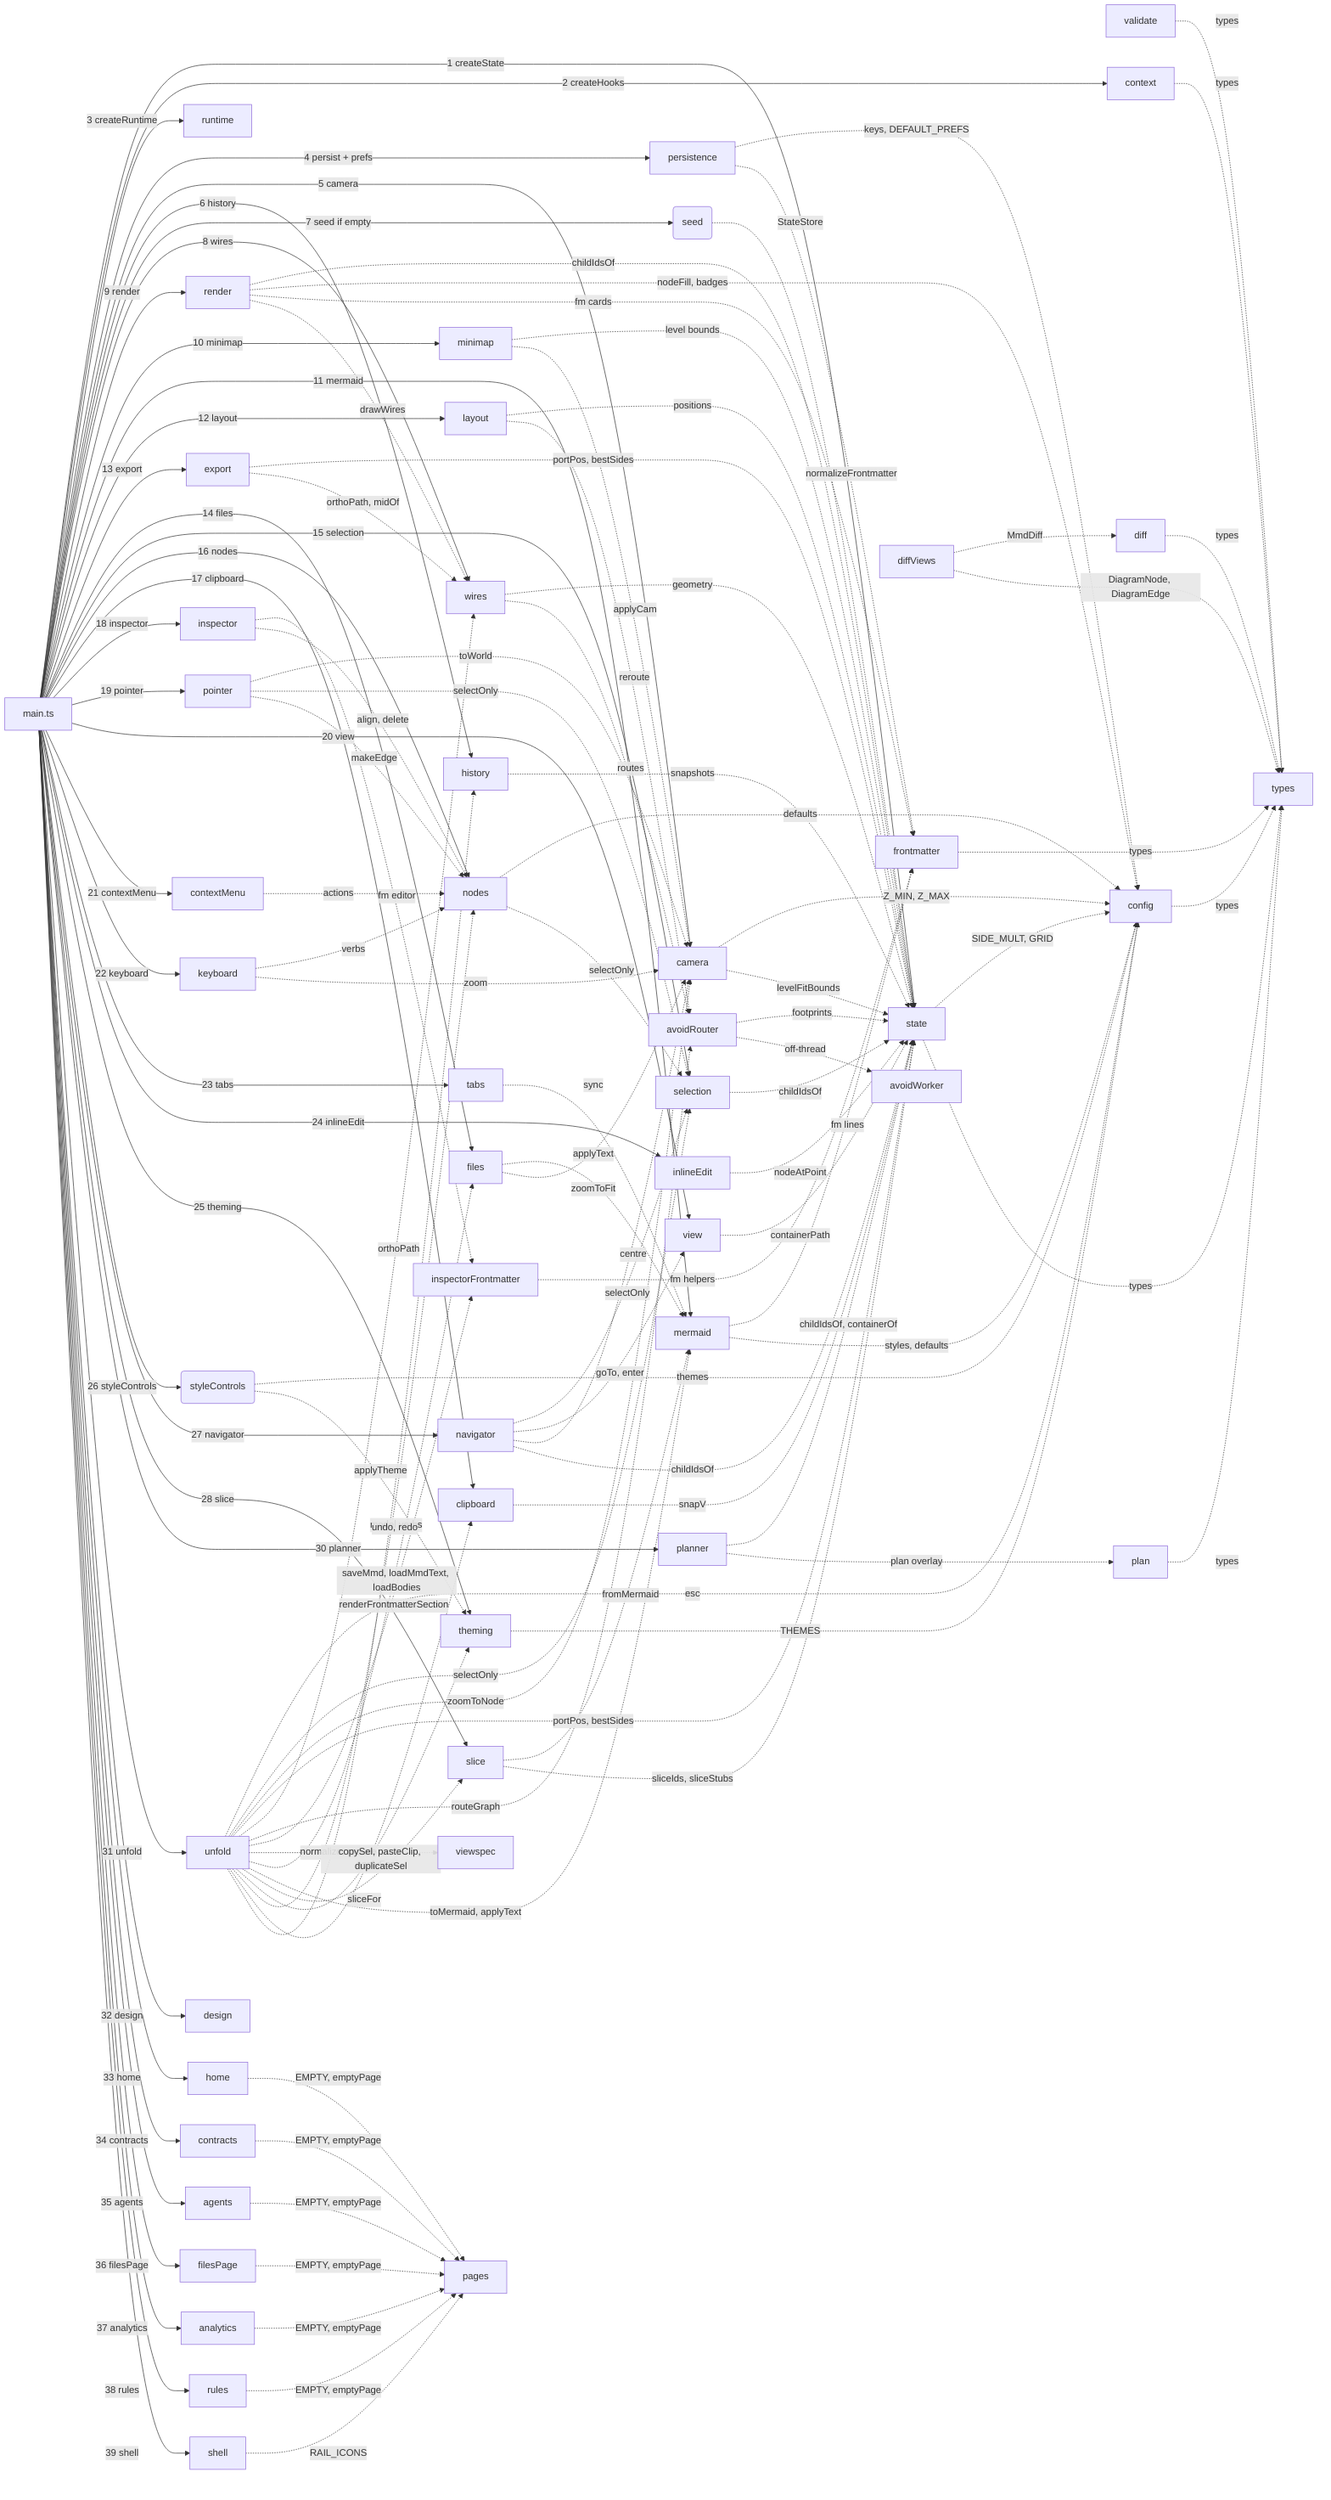
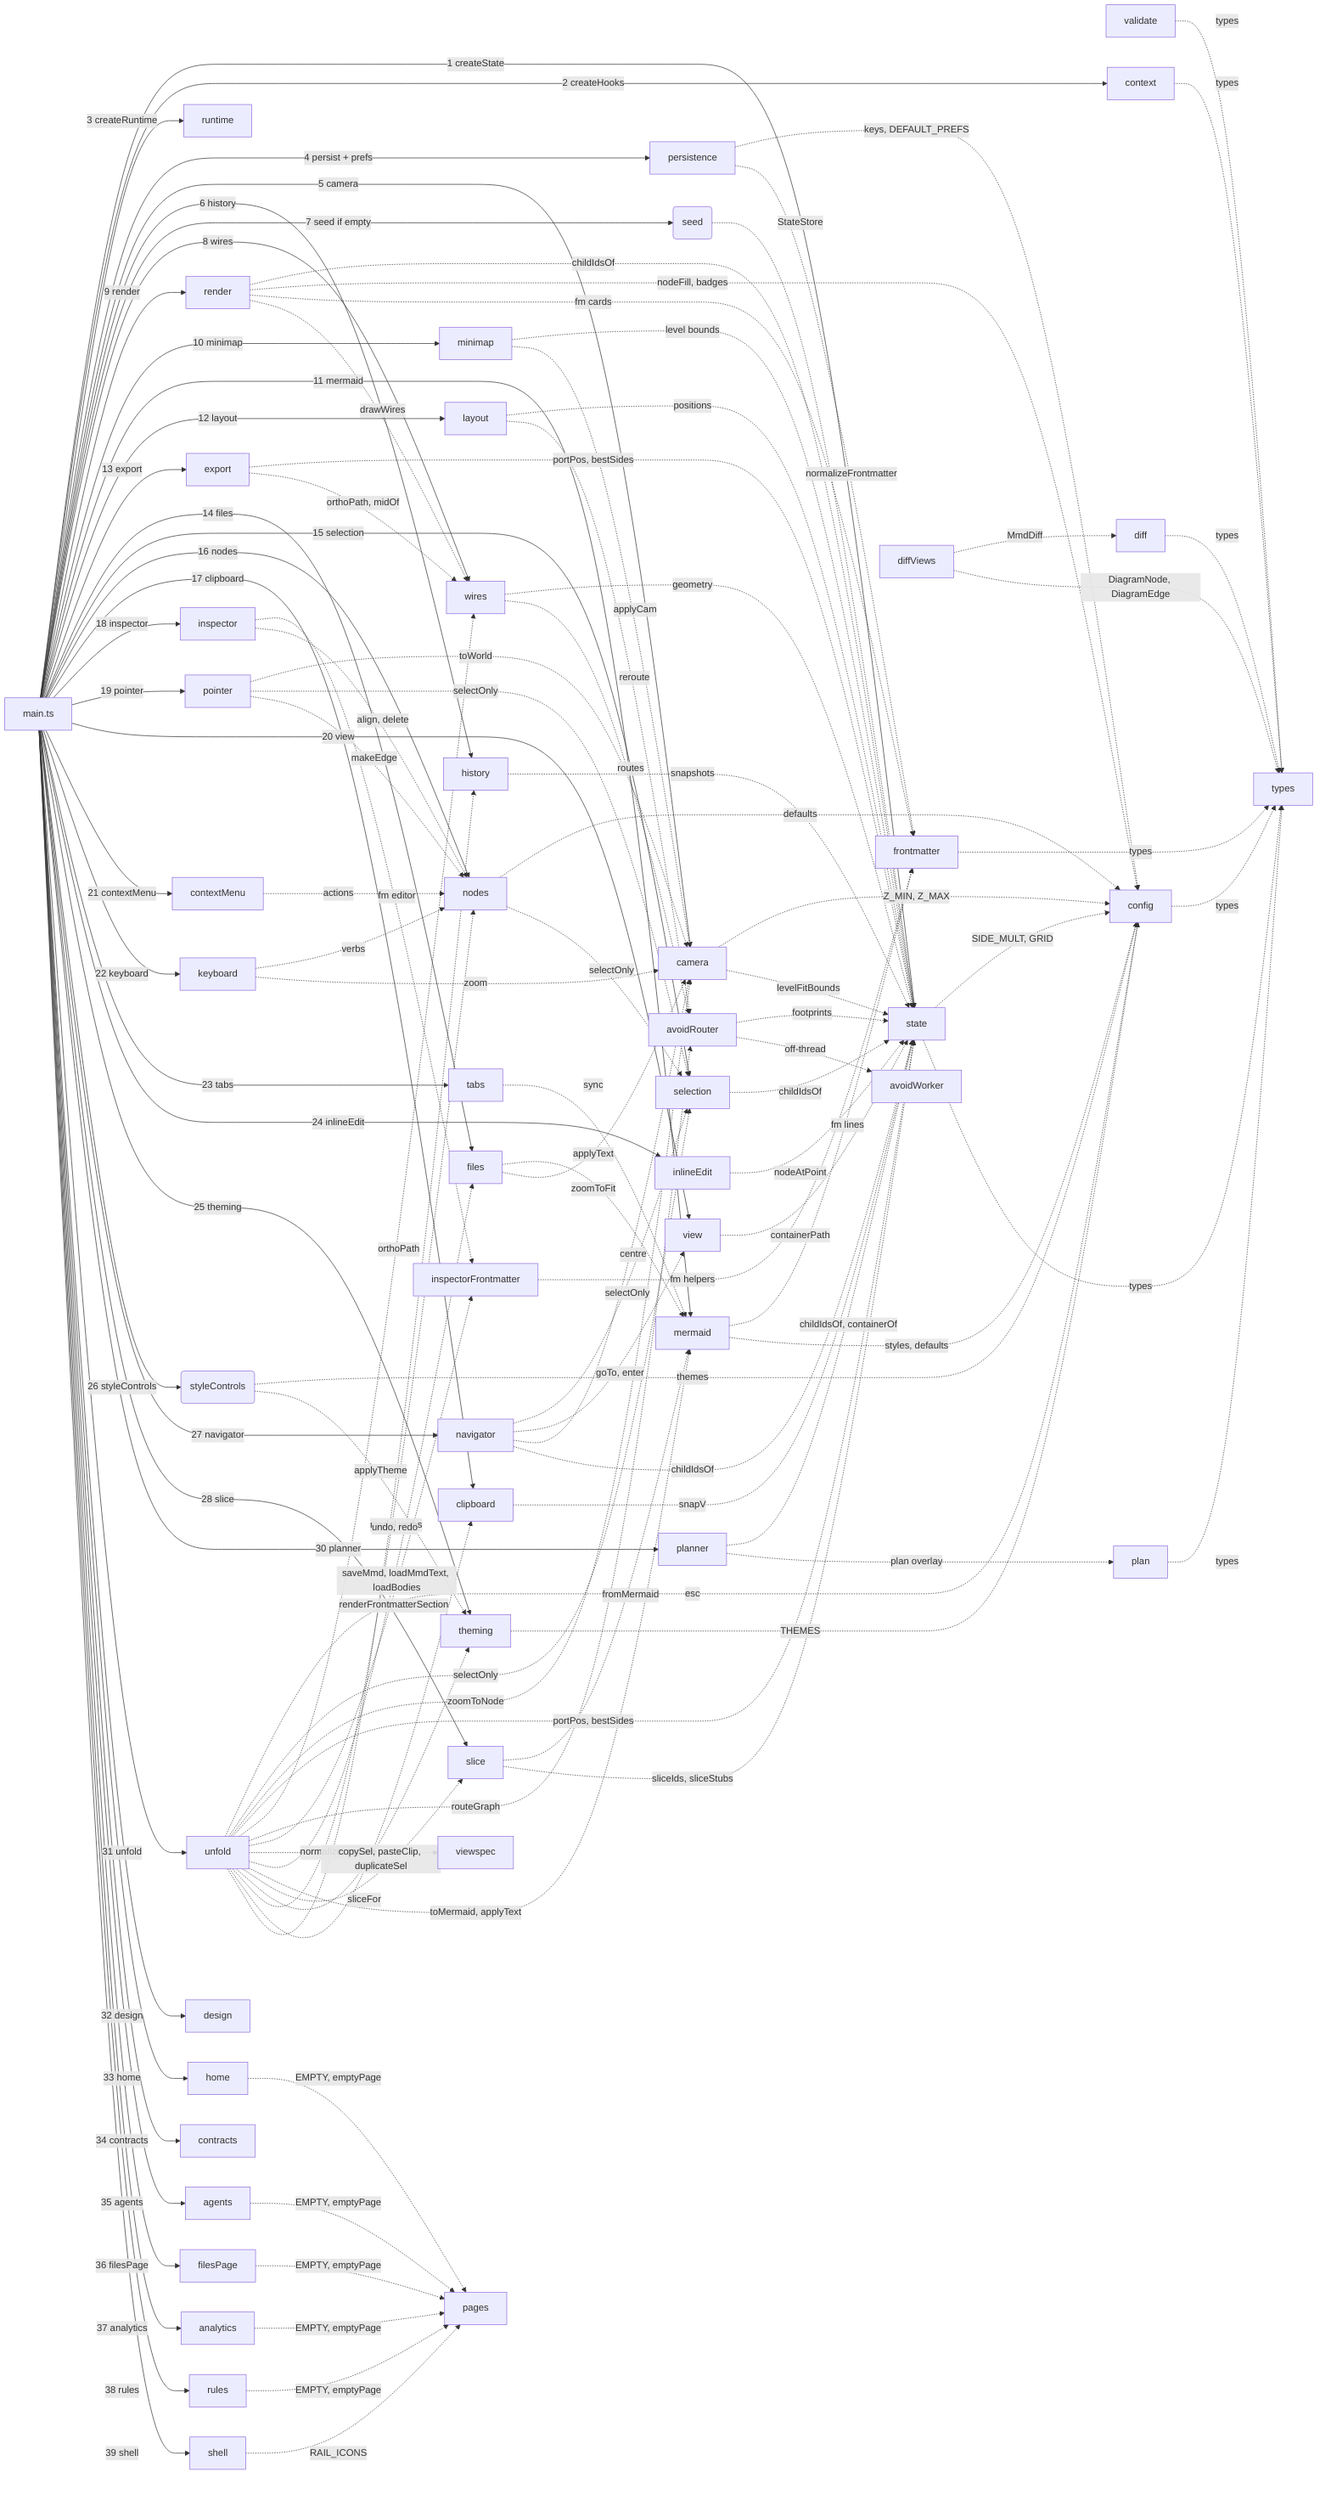
flowchart LR
%% root main

%% fm:meta main name=main
%% fm:meta main desc=composition root; builds AppContext, runs each initX in dependency order, wires hooks, boots
%% fm:meta state name=state
%% fm:meta state desc=the live diagram model (nodes, edges, selection, id counters) plus pure geometry + containment helpers
%% fm:meta frontmatter name=frontmatter
%% fm:meta frontmatter desc=per-node public-interface metadata; create, prune, serialize and parse to Mermaid %% lines
%% fm:meta validate name=validate
%% fm:meta validate desc=pure model integrity and serialize-parse round-trip checks; no DOM, types only
%% fm:meta history name=history
%% fm:meta history desc=bounded undo/redo stack of JSON model snapshots; restore writes back through hooks
%% fm:meta persistence name=persistence
%% fm:meta persistence desc=debounced autosave of model + camera to localStorage, plus load/save of Prefs
%% fm:meta camera name=camera
%% fm:meta camera desc=viewport pan and zoom transform; screen-to-world, applyCam, zoomAt, zoomToFit
%% fm:meta context name=context
%% fm:meta context desc=defines AppContext and the cross-module hook seam that breaks import cycles
%% fm:meta config name=config
%% fm:meta config desc=static lookup tables, palette, themes, fonts, zoom limits, storage keys plus tiny pure helpers
%% fm:meta types name=types
%% fm:meta types desc=shared domain types every module reads and writes; the vocabulary of the whole app
%% fm:meta runtime name=runtime
%% fm:meta runtime desc=tiny bag of transient interaction flags the render layer reads and interaction owns
%% fm:meta seed name=seed
%% fm:meta seed desc=first-run sample diagram, used only when there is no autosave to restore
%% fm:meta mermaid name=mermaid
%% fm:meta mermaid desc=two-way Mermaid text and model serializer/parser; the only module that knows the grammar
%% fm:meta layout name=layout
%% fm:meta layout desc=the Tidy automatic layered-tree layout; layers the spine and parks satellites
%% fm:meta exporter name=export
%% fm:meta exporter desc=build a standalone SVG from the model and export as a downloaded SVG or PNG
%% fm:meta files name=files
%% fm:meta files desc=save the diagram as a .mmd file and load a .mmd or bodies.json back in
%% fm:meta render name=render
%% fm:meta render desc=rebuild node DOM from the model each render; frontmatter cards, ports, drill affordance
%% fm:meta wires name=wires
%% fm:meta wires desc=draw all edges into the SVG layer plus the path geometry helpers reused by export
%% fm:meta avoidRouter name=avoidRouter
%% fm:meta avoidRouter desc=obstacle-avoiding orthogonal routing of reference edges via the libavoid WASM router
%% fm:meta minimap name=minimap
%% fm:meta minimap desc=paint the overview canvas and translate clicks and drags into camera moves
%% fm:meta avoidWorker name=avoidWorker
%% fm:meta avoidWorker desc=run the libavoid router in a dedicated worker so routing never blocks the main thread
%% fm:meta pointer name=pointer
%% fm:meta pointer desc=direct-manipulation on the canvas: drag, marquee, pan, resize, port-drag linking
%% fm:meta nodes name=nodes
%% fm:meta nodes desc=create/modify/destroy verbs on the model: addNode, makeEdge, deleteSelection, align, group
%% fm:meta selection name=selection
%% fm:meta selection desc=user-facing selection verbs that mutate sel then render and refresh the inspector
%% fm:meta clipboard name=clipboard
%% fm:meta clipboard desc=in-memory copy, paste with id remapping, and duplicate of the selection
%% fm:meta keyboard name=keyboard
%% fm:meta keyboard desc=global key and wheel handling: undo, clipboard, delete, nudge, quick-add, zoom, pan
%% fm:meta inlineEdit name=inlineEdit
%% fm:meta inlineEdit desc=double-click contenteditable label editing plus the dblclick drop-and-edit flow
%% fm:meta contextMenu name=contextMenu
%% fm:meta contextMenu desc=build and position the right-click menu with node or canvas actions
%% fm:meta view name=view
%% fm:meta view desc=own the current drill level and the verbs that change it, plus the breadcrumb
%% fm:meta inspector name=inspector
%% fm:meta inspector desc=render the right-hand property editor for a node, multi-selection, or an edge
%% fm:meta inspectorFrontmatter name=inspectorFrontmatter
%% fm:meta inspectorFrontmatter desc=render and wire the frontmatter editor for a single selected node
%% fm:meta tabs name=tabs
%% fm:meta tabs desc=switch the right panel between panes, collapse it, and show transient toasts
%% fm:meta styleControls name=styleControls
%% fm:meta styleControls desc=build and wire the Style tab: theme chips, font, toggles, routing select
%% fm:meta theming name=theming
%% fm:meta theming desc=translate prefs into live CSS variables and canvas state at runtime
%% fm:meta diff name=diff
%% fm:meta diff desc=compare two parsed models and compute the semantic delta: added, removed and changed nodes and edges
%% fm:meta navigator name=navigator
%% fm:meta navigator desc=searchable, filterable node list; click a row to drill, select and centre the camera
%% fm:meta slice name=slice
%% fm:meta slice desc=show a self-contained mmd of the selected node's neighbourhood, with a Copy button
%% fm:meta diffViews name=diffViews
%% fm:meta diffViews desc=four diff-view renderers (list, split, impact, ghost overlay) over a diffModels result; orphaned since diff-workspace.ts (their only caller) was deleted as dead code 2026-07-04 — exercised only by tools/buildspec/diff-views.test.mjs, kept for that test's F-16 canonical-suite guarantee
%% fm:meta plan name=plan
%% fm:meta plan desc=build-plan overlay model (pure): status/intent/phase changes keyed on real nodes/edges, plus blast-radius and coherence helpers
%% fm:meta planner name=planner
%% fm:meta planner desc=full-screen build-plan review surface: status overlay on the real map, tri-pane sync, accept/reject with dependency coherence, gated export to buildspec
%% fm:meta unfold name=unfold
%% fm:meta unfold desc=reading mode: full-screen folded view of ctx.state — containment roots only at arrival, unfold in place, opt-in layers (wires, desc, interfaces, metrics, colour, blast radius), browse tree, inspector with ctx.bodies source; the panel is a resizable, collapsible dock with tabs at the reveal strip on two rows (reveal · io · mermaid / slice · style); model verbs are hidden by default, revealed by selection — overlay-scoped keyboard shortcuts and a selection-only '⋯' actions menu (add/connect/duplicate/copy/paste/wrap/edit/edge ops/delete/clear/undo/redo), every verb gated by the pure ufVerbAllowed
%% fm:meta viewspec name=viewspec
%% fm:meta viewspec desc=the M3 ViewSpec contract (pure): one serializable spec object is the reading view — screen = render(spec); normalizer is the schema boundary, reducer is the only mutation path; also owns the M4 boot-surface contract (AppSurface, resolveBootSurface — read is the sticky default)
%% fm:meta shell name=shell
%% fm:meta shell desc=K3 IDE shell — left icon rail + hash router + page host; the Codebase route reveals the untouched editor, every other tab (design plus the 6 K-seam stubs) renders through its own injected renderX dep (SPEC_SHELL)
%% fm:meta pages name=pages
%% fm:meta pages desc=K3 IDE shell empty-state data + rail icon glyphs: EMPTY table, emptyPage factory, RAIL_ICONS (design has no row any more — K5 made it a real page; the other 6 rows are now each read by their own K-seam stub module instead of by shell.ts directly)
%% fm:meta design name=design
%% fm:meta design desc=K5 Design tab — outcome -> ONE question -> draft card (toggle-driven structural blocks) -> confirm -> hand-off to Contracts; design-model.ts's record + pure transitions, design-render.ts's DOM builders, design.ts's factory (SPEC_DESIGN.md)
%% fm:meta home name=home
%% fm:meta home desc=K-seam stub for K8 Home — thin initHome(ctx) factory rendering pages.ts's home empty-state row via emptyPage(); pre-wired so K8 owns src/ide/home.ts without touching main.ts/shell.ts/pages.ts again
%% fm:meta contracts name=contracts
- %% fm:meta contracts desc=K-seam stub for K4 Contracts — thin initContracts(ctx) factory rendering pages.ts's contracts empty-state row via emptyPage(); K4 replaces the render body with the real keystone certificate view
+ %% fm:meta contracts desc=K4 Contracts tab — read-only initContracts(ctx) factory: index-first fetch of plan/packet/verdict artifacts, list render with DONE/needs-you grouping, in-page swap to the per-build certificate document (contracts-doc.ts); never invokes tooling, never mutates state
%% fm:meta agents name=agents
%% fm:meta agents desc=K-seam stub for K6 Agents — thin initAgents(ctx) factory rendering pages.ts's agents empty-state row via emptyPage(); K6 replaces the render body with the real xterm.js-over-K2-bridge terminal
%% fm:meta filesPage name=filesPage
%% fm:meta filesPage desc=K-seam stub for K7 Files — thin initFilesPage(ctx) factory rendering pages.ts's files empty-state row via emptyPage(); also exports the RepoScope type-only placeholder other lanes may import ahead of K7
%% fm:meta analytics name=analytics
%% fm:meta analytics desc=K-seam stub for K10 Analytics — thin initAnalytics(ctx) factory rendering pages.ts's analytics empty-state row via emptyPage()
%% fm:meta rules name=rules
%% fm:meta rules desc=K-seam stub for K9 Rules — thin initRules(ctx) factory rendering pages.ts's rules empty-state row via emptyPage()

%% kind main module
%% kind state module
%% kind frontmatter module
%% kind validate module
%% kind history module
%% kind persistence module
%% kind camera module
%% kind context module
%% kind config module
%% kind types module
%% kind runtime module
%% kind seed function
%% kind mermaid module
%% kind layout module
%% kind exporter module
%% kind files module
%% kind render module
%% kind wires module
%% kind avoidRouter module
%% kind minimap module
%% kind avoidWorker module
%% kind pointer module
%% kind nodes module
%% kind selection module
%% kind clipboard module
%% kind keyboard module
%% kind inlineEdit module
%% kind contextMenu module
%% kind view module
%% kind inspector module
%% kind inspectorFrontmatter module
%% kind tabs module
%% kind styleControls function
%% kind theming module
%% kind diff module
%% kind navigator module
%% kind slice module
%% kind diffViews module
%% kind plan module
%% kind planner module
%% kind unfold module
%% kind viewspec module
%% kind shell module
%% kind pages module
%% kind design module
%% kind home module
%% kind contracts module
%% kind agents module
%% kind filesPage module
%% kind analytics module
%% kind rules module

  main["main.ts"]
  state["state"]
  frontmatter["frontmatter"]
  validate["validate"]
  history["history"]
  persistence["persistence"]
  camera["camera"]
  context["context"]
  config["config"]
  types["types"]
  runtime["runtime"]
  seed("seed")
  mermaid["mermaid"]
  layout["layout"]
  exporter["export"]
  files["files"]
  render["render"]
  wires["wires"]
  avoidRouter["avoidRouter"]
  minimap["minimap"]
  avoidWorker["avoidWorker"]
  pointer["pointer"]
  nodes["nodes"]
  selection["selection"]
  clipboard["clipboard"]
  keyboard["keyboard"]
  inlineEdit["inlineEdit"]
  contextMenu["contextMenu"]
  view["view"]
  inspector["inspector"]
  inspectorFrontmatter["inspectorFrontmatter"]
  tabs["tabs"]
  styleControls("styleControls")
  theming["theming"]
  diff["diff"]
  navigator["navigator"]
  slice["slice"]
  diffViews["diffViews"]
  plan["plan"]
  planner["planner"]
  unfold["unfold"]
  viewspec["viewspec"]
  shell["shell"]
  pages["pages"]
  design["design"]
  home["home"]
  contracts["contracts"]
  agents["agents"]
  filesPage["filesPage"]
  analytics["analytics"]
  rules["rules"]

  main -->|1 createState| state
  main -->|2 createHooks| context
  main -->|3 createRuntime| runtime
  main -->|4 persist + prefs| persistence
  main -->|5 camera| camera
  main -->|6 history| history
  main -->|7 seed if empty| seed
  main -->|8 wires| wires
  main -->|9 render| render
  main -->|10 minimap| minimap
  main -->|11 mermaid| mermaid
  main -->|12 layout| layout
  main -->|13 export| exporter
  main -->|14 files| files
  main -->|15 selection| selection
  main -->|16 nodes| nodes
  main -->|17 clipboard| clipboard
  main -->|18 inspector| inspector
  main -->|19 pointer| pointer
  main -->|20 view| view
  main -->|21 contextMenu| contextMenu
  main -->|22 keyboard| keyboard
  main -->|23 tabs| tabs
  main -->|24 inlineEdit| inlineEdit
  main -->|25 theming| theming
  main -->|26 styleControls| styleControls
  config -.->|types| types
  state -.->|SIDE_MULT, GRID| config
  state -.->|types| types
  camera -.->|Z_MIN, Z_MAX| config
  camera -.->|levelFitBounds| state
  persistence -.->|keys, DEFAULT_PREFS| config
  persistence -.->|normalizeFrontmatter| frontmatter
  history -.->|snapshots| state
  frontmatter -.->|types| types
  validate -.->|types| types
  seed -.->|StateStore| state
  context -.->|types| types
  render -.->|childIdsOf| state
  render -.->|nodeFill, badges| config
  render -.->|fm cards| frontmatter
  render -.->|drawWires| wires
  wires -.->|geometry| state
  wires -.->|routes| avoidRouter
  avoidRouter -.->|footprints| state
  avoidRouter -.->|off-thread| avoidWorker
  layout -.->|positions| state
  layout -.->|reroute| avoidRouter
  minimap -.->|level bounds| state
  minimap -.->|applyCam| camera
  mermaid -.->|fm lines| frontmatter
  mermaid -.->|styles, defaults| config
  exporter -.->|portPos, bestSides| state
  exporter -.->|orthoPath, midOf| wires
  files -.->|applyText| mermaid
  files -.->|zoomToFit| camera
  pointer -.->|toWorld| camera
  pointer -.->|selectOnly| selection
  pointer -.->|makeEdge| nodes
  nodes -.->|defaults| config
  nodes -.->|selectOnly| selection
  selection -.->|childIdsOf| state
  clipboard -.->|snapV| state
  keyboard -.->|verbs| nodes
  keyboard -.->|zoom| camera
  inlineEdit -.->|nodeAtPoint| state
  contextMenu -.->|actions| nodes
  view -.->|containerPath| state
  inspector -.->|fm editor| inspectorFrontmatter
  inspector -.->|align, delete| nodes
  inspectorFrontmatter -.->|fm helpers| frontmatter
  tabs -.->|sync| mermaid
  styleControls -.->|themes| config
  styleControls -.->|applyTheme| theming
  theming -.->|THEMES| config
  main -->|27 navigator| navigator
  main -->|28 slice| slice
  diff -.->|types| types
  diffViews -.->|MmdDiff| diff
  diffViews -.->|DiagramNode, DiagramEdge| types
  navigator -.->|selectOnly| selection
  navigator -.->|goTo, enter| view
  navigator -.->|centre| camera
  navigator -.->|childIdsOf| state
  slice -.->|fromMermaid| mermaid
  slice -.->|sliceIds, sliceStubs| state
  main -->|30 planner| planner
  main -->|31 unfold| unfold
  plan -.->|types| types
  planner -.->|childIdsOf, containerOf| state
  planner -.->|plan overlay| plan
  unfold -.->|esc| config
  unfold -.->|selectOnly| selection
  unfold -.->|zoomToNode| camera
  unfold -.->|portPos, bestSides| state
  unfold -.->|orthoPath| wires
  unfold -.->|routeGraph| avoidRouter
  unfold -.->|renderFrontmatterSection| inspectorFrontmatter
  unfold -.->|normalize, reduce| viewspec
  unfold -.->|saveMmd, loadMmdText, loadBodies| files
  unfold -.->|toMermaid, applyText| mermaid
  unfold -.->|sliceFor| slice
  unfold -.->|applyFont| theming
  unfold -.->|model verbs| nodes
  unfold -.->|copySel, pasteClip, duplicateSel| clipboard
  unfold -.->|undo, redo| history
  main -->|32 design| design
  main -->|33 home| home
  main -->|34 contracts| contracts
  main -->|35 agents| agents
  main -->|36 filesPage| filesPage
  main -->|37 analytics| analytics
  main -->|38 rules| rules
  main -->|39 shell| shell
  shell -.->|RAIL_ICONS| pages
  home -.->|EMPTY, emptyPage| pages
-   contracts -.->|EMPTY, emptyPage| pages
  agents -.->|EMPTY, emptyPage| pages
  filesPage -.->|EMPTY, emptyPage| pages
  analytics -.->|EMPTY, emptyPage| pages
  rules -.->|EMPTY, emptyPage| pages

%% ---- reading-mode grouping (%% group dialect directive) ----
%% Promoted from sandbox/unfold/hierarchy.json: the curated responsibility
%% grouping ABOVE modules. No geometry; the canvas ignores it; the unfold
%% surface folds to these regions and stages/aggregates by them.
%% group g_editor "Editor"
%% group g_canvas "Canvas" parent g_editor
%% group g_render_view "Rendering & viewport" parent g_canvas
%% group g_layout_routing "Layout & routing" parent g_canvas
%% group g_direct_manip "Direct manipulation" parent g_canvas
%% group g_side_panels "Side panels" parent g_editor
%% group g_reading "Reading mode" parent g_editor
%% group g_domain "Domain model"
%% group g_core_model "Core model & config" parent g_domain
%% group g_node_meta "Node metadata" parent g_domain
%% group g_history "History & first-run" parent g_domain
%% group g_review "Review & planning"
%% group g_io "Persistence & IO"
%% group g_orchestration "Orchestration"
%% group-member g_render_view render
%% group-member g_render_view wires
%% group-member g_render_view camera
%% group-member g_render_view minimap
%% group-member g_render_view theming
%% group-member g_layout_routing layout
%% group-member g_layout_routing avoidRouter
%% group-member g_layout_routing avoidWorker
%% group-member g_direct_manip pointer
%% group-member g_direct_manip nodes
%% group-member g_direct_manip selection
%% group-member g_direct_manip clipboard
%% group-member g_direct_manip inlineEdit
%% group-member g_direct_manip keyboard
%% group-member g_direct_manip contextMenu
%% group-member g_direct_manip view
%% group-member g_side_panels inspector
%% group-member g_side_panels inspectorFrontmatter
%% group-member g_side_panels tabs
%% group-member g_side_panels styleControls
%% group-member g_side_panels navigator
%% group-member g_side_panels slice
%% group-member g_reading unfold
%% group-member g_reading viewspec
%% group-member g_core_model state
%% group-member g_core_model types
%% group-member g_core_model config
%% group-member g_core_model runtime
%% group-member g_node_meta frontmatter
%% group-member g_node_meta validate
%% group-member g_history history
%% group-member g_history seed
%% group-member g_review diff
%% group-member g_review diffViews
%% group-member g_review plan
%% group-member g_review planner
%% group-member g_io mermaid
%% group-member g_io files
%% group-member g_io persistence
%% group-member g_io exporter
%% group-member g_orchestration main
%% group-member g_orchestration context
